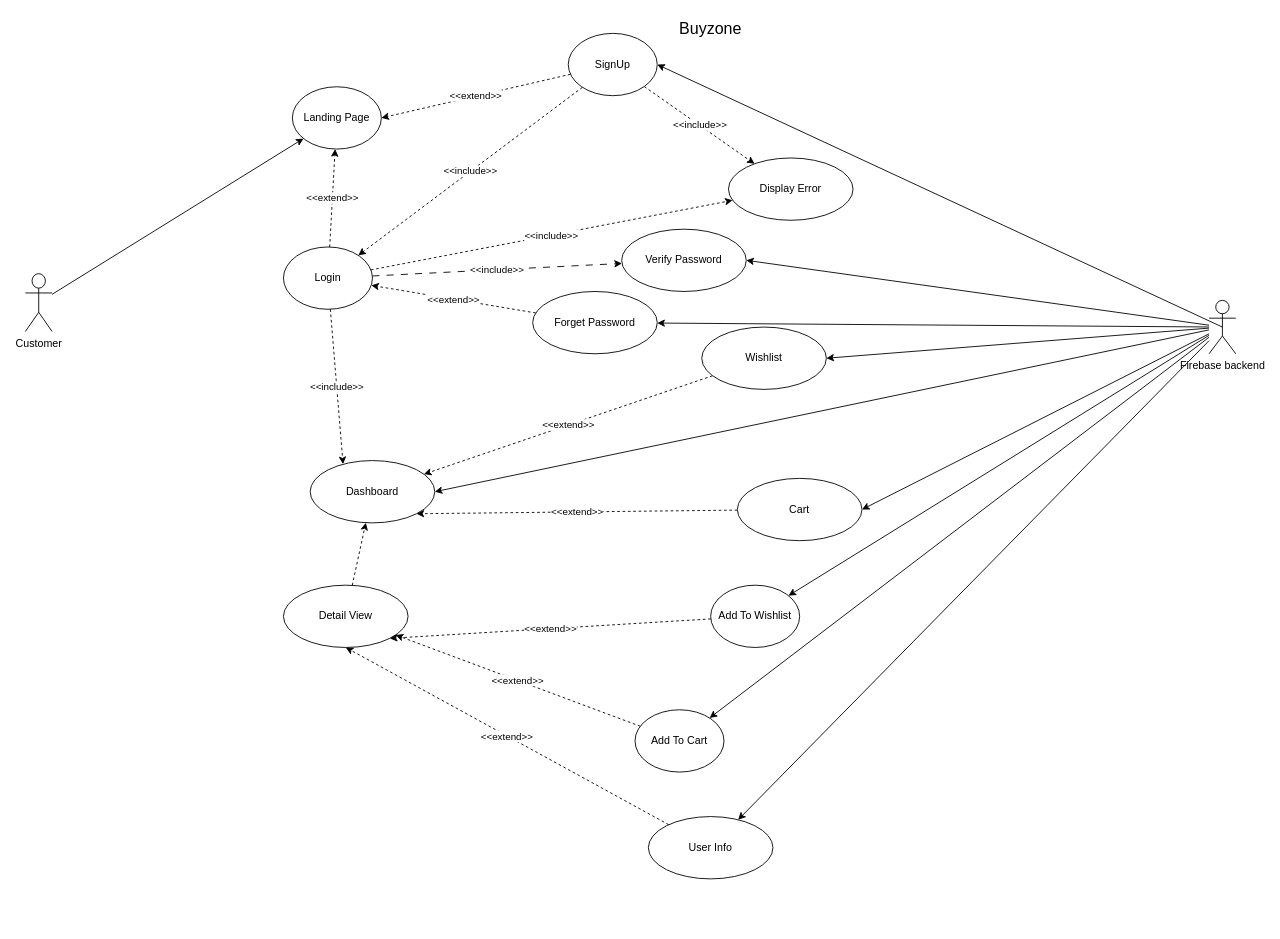
This is Buyzone.drawio from 04harsh-vardhan/E-Commerce-App, a draw.io file, before an edit. Source tidied: cells renumbered, new cells numbered last; positions are measured from the earlier drawing's top-left corner, leaving out a move shared by most shapes. Both pictures are drawn from the tidied source at 89%, with x=0, y=0 at pixel (25, 15).
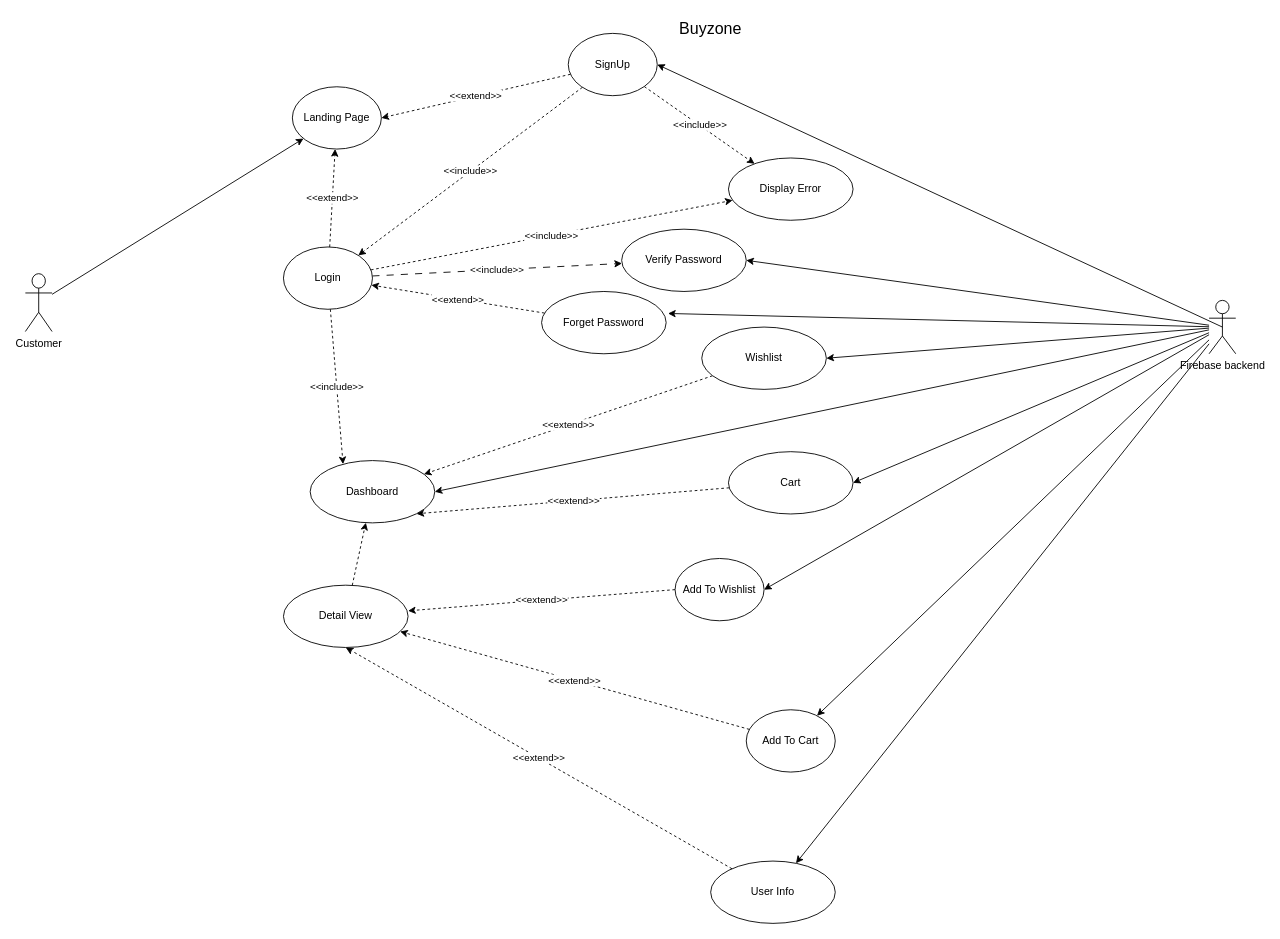
The same page after the edit.

The change refers to these unchanged cells:
```xml
<mxCell id="14" value="Firebase backend&lt;div&gt;&lt;br&gt;&lt;/div&gt;" style="shape=umlActor;verticalLabelPosition=bottom;verticalAlign=top;html=1;outlineConnect=0;" parent="1" vertex="1">
  <mxGeometry x="1330" y="320" width="30" height="60" as="geometry" />
</mxCell>
<mxCell id="36" value="Detail View" style="ellipse;whiteSpace=wrap;html=1;" parent="1" vertex="1">
  <mxGeometry x="290" y="640" width="140" height="70" as="geometry" />
</mxCell>
```

The edit, as a diff of the source:
```diff
@@
-    <mxCell id="10" style="edgeStyle=none;rounded=0;jettySize=auto;html=1;" parent="1" edge="1" source="14" target="33">
+    <mxCell id="10" style="edgeStyle=none;rounded=0;jettySize=auto;html=1;entryX=1.015;entryY=0.353;entryDx=0;entryDy=0;entryPerimeter=0;" parent="1" edge="1" source="14" target="33">
       <mxGeometry relative="1" as="geometry" />
     </mxCell>
@@
+    <mxCell id="13" style="edgeStyle=none;rounded=0;jettySize=auto;html=1;" parent="1" edge="1" source="14" target="38">
+      <mxGeometry relative="1" as="geometry" />
+    </mxCell>
-    <mxCell id="12" style="edgeStyle=none;rounded=0;jettySize=auto;html=1;" parent="1" edge="1" source="14" target="40">
+    <mxCell id="12" style="edgeStyle=none;rounded=0;jettySize=auto;html=1;entryX=1;entryY=0.5;entryDx=0;entryDy=0;" parent="1" edge="1" source="14" target="40">
       <mxGeometry relative="1" as="geometry" />
     </mxCell>
-    <mxCell id="13" style="edgeStyle=none;rounded=0;jettySize=auto;html=1;" parent="1" edge="1" source="14" target="38">
-      <mxGeometry relative="1" as="geometry" />
-    </mxCell>
@@
     <mxCell id="27" value="Cart" style="ellipse;whiteSpace=wrap;html=1;" parent="1" vertex="1">
-      <mxGeometry x="800" y="520" width="140" height="70" as="geometry" />
+      <mxGeometry x="790" y="490" width="140" height="70" as="geometry" />
     </mxCell>
@@
     <mxCell id="30" value="User Info" style="ellipse;whiteSpace=wrap;html=1;" parent="1" vertex="1">
-      <mxGeometry x="700" y="900" width="140" height="70" as="geometry" />
+      <mxGeometry x="770" y="950" width="140" height="70" as="geometry" />
     </mxCell>
@@
     <mxCell id="33" value="Forget Password" style="ellipse;whiteSpace=wrap;html=1;" parent="1" vertex="1">
-      <mxGeometry x="570" y="310" width="140" height="70" as="geometry" />
+      <mxGeometry x="580" y="310" width="140" height="70" as="geometry" />
     </mxCell>
@@
     <mxCell id="38" value="Add To Cart" style="ellipse;whiteSpace=wrap;html=1;" parent="1" vertex="1">
-      <mxGeometry x="685" y="780" width="100" height="70" as="geometry" />
+      <mxGeometry x="810" y="780" width="100" height="70" as="geometry" />
     </mxCell>
-    <mxCell id="39" value="&amp;lt;&amp;lt;extend&amp;gt;&amp;gt;" style="edgeStyle=none;rounded=0;jettySize=auto;html=1;entryX=1;entryY=1;entryDx=0;entryDy=0;dashed=1;" parent="1" edge="1" source="40" target="36">
-      <mxGeometry relative="1" as="geometry" />
+    <mxCell id="39" value="&amp;lt;&amp;lt;extend&amp;gt;&amp;gt;" style="edgeStyle=none;rounded=0;jettySize=auto;html=1;entryX=1;entryY=1;entryDx=0;entryDy=0;dashed=1;exitX=0;exitY=0.5;exitDx=0;exitDy=0;" parent="1" edge="1" source="40">
+      <mxGeometry relative="1" as="geometry">
+        <mxPoint x="430" y="668.8" as="targetPoint" />
+      </mxGeometry>
     </mxCell>
     <mxCell id="40" value="Add To Wishlist" style="ellipse;whiteSpace=wrap;html=1;" parent="1" vertex="1">
-      <mxGeometry x="770" y="640" width="100" height="70" as="geometry" />
+      <mxGeometry x="730" y="610" width="100" height="70" as="geometry" />
     </mxCell>
```
